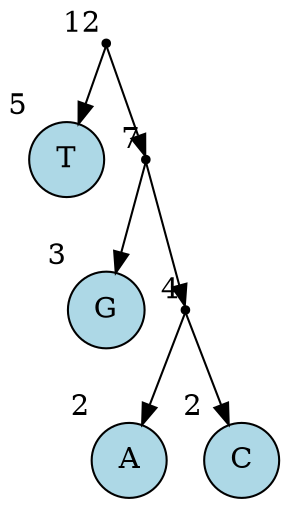
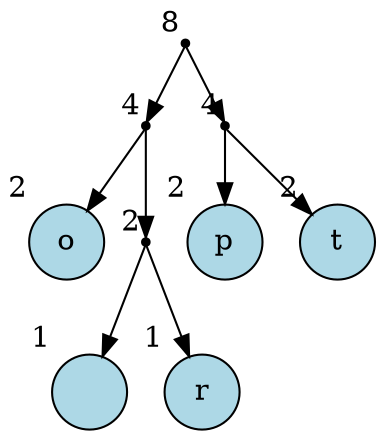
digraph huffmann {
- N132 [shape=point, width=0.05, height=0.05 xlabel="12"]
- F84 [shape=circle, style=filled, fillcolor=lightblue, label="T" xlabel="5"]
- N131 [shape=point, width=0.05, height=0.05 xlabel="7"]
- F71 [shape=circle, style=filled, fillcolor=lightblue, label="G" xlabel="3"]
- N130 [shape=point, width=0.05, height=0.05 xlabel="4"]
- F65 [shape=circle, style=filled, fillcolor=lightblue, label="A" xlabel="2"]
- F67 [shape=circle, style=filled, fillcolor=lightblue, label="C" xlabel="2"]
- N132 -> F84
- N132 -> N131
- N131 -> F71
+ N133 [shape=point, width=0.05, height=0.05 xlabel="8"]
+ N131 [shape=point, width=0.05, height=0.05 xlabel="4"]
+ F111 [shape=circle, style=filled, fillcolor=lightblue, label="o" xlabel="2"]
+ N130 [shape=point, width=0.05, height=0.05 xlabel="2"]
+ F32 [shape=circle, style=filled, fillcolor=lightblue, label=" " xlabel="1"]
+ F114 [shape=circle, style=filled, fillcolor=lightblue, label="r" xlabel="1"]
+ N132 [shape=point, width=0.05, height=0.05 xlabel="4"]
+ F112 [shape=circle, style=filled, fillcolor=lightblue, label="p" xlabel="2"]
+ F116 [shape=circle, style=filled, fillcolor=lightblue, label="t" xlabel="2"]
+ N133 -> N131
+ N133 -> N132
+ N131 -> F111
N131 -> N130
- N130 -> F65
- N130 -> F67
+ N130 -> F32
+ N130 -> F114
+ N132 -> F112
+ N132 -> F116
}
